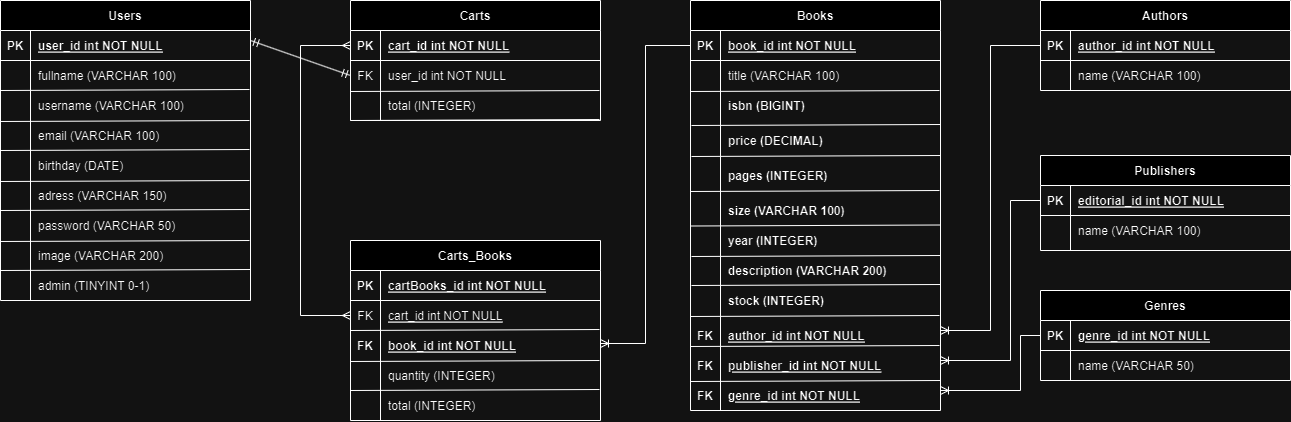
Before: Archivos Extras/Diagrama BD/diagrama BD_kakuy.png, a diagram exported from draw.io (DarioLopezDev/codigokakuy). Source tidied: cells renumbered, new cells last; positions are measured from the earlier drawing's top-left corner, leaving out a move shared by most shapes.
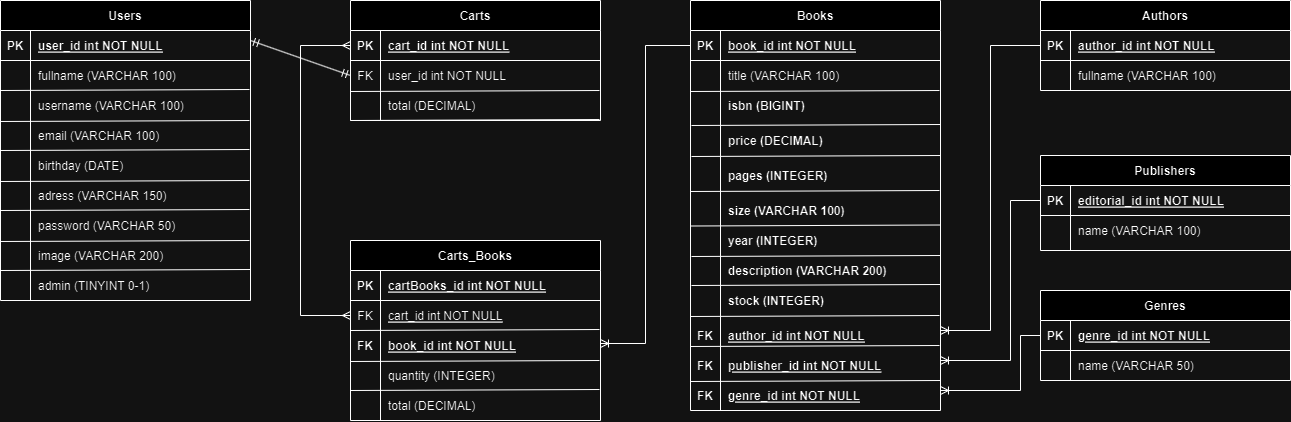
The same file after the commit.

What changed in the source:
```diff
@@ -101,7 +101,7 @@
     <mxCell id="34" style="shape=partialRectangle;overflow=hidden;fillColor=none;top=0;left=0;bottom=0;right=0;" parent="33" vertex="1">
       <mxGeometry width="30" height="30" as="geometry" />
     </mxCell>
-    <mxCell id="35" value="total (INTEGER)" style="shape=partialRectangle;overflow=hidden;fillColor=none;top=0;left=0;bottom=0;right=0;align=left;spacingLeft=6;" parent="33" vertex="1">
+    <mxCell id="35" value="total (DECIMAL)" style="shape=partialRectangle;overflow=hidden;fillColor=none;top=0;left=0;bottom=0;right=0;align=left;spacingLeft=6;" parent="33" vertex="1">
       <mxGeometry x="30" width="220" height="30" as="geometry" />
     </mxCell>
     <mxCell id="36" value="Authors" style="shape=table;startSize=30;rowLines=0;fontStyle=1;align=center;" parent="1" vertex="1">
@@ -122,7 +122,7 @@
     <mxCell id="41" style="shape=partialRectangle;overflow=hidden;fillColor=none;top=0;left=0;bottom=0;right=0;" parent="40" vertex="1">
       <mxGeometry width="30" height="30" as="geometry" />
     </mxCell>
-    <mxCell id="42" value="name (VARCHAR 100)" style="shape=partialRectangle;overflow=hidden;fillColor=none;top=0;left=0;bottom=0;right=0;align=left;spacingLeft=6;" parent="40" vertex="1">
+    <mxCell id="42" value="fullname (VARCHAR 100)" style="shape=partialRectangle;overflow=hidden;fillColor=none;top=0;left=0;bottom=0;right=0;align=left;spacingLeft=6;" parent="40" vertex="1">
       <mxGeometry x="30" width="220" height="30" as="geometry" />
     </mxCell>
     <mxCell id="43" value="isbn (BIGINT)" style="shape=partialRectangle;overflow=hidden;fillColor=none;top=0;left=0;bottom=0;right=0;align=left;spacingLeft=6;fontStyle=1;" parent="1" vertex="1">
@@ -449,7 +449,7 @@
     <mxCell id="107" value="FK" style="shape=partialRectangle;overflow=hidden;fillColor=none;top=0;left=0;bottom=0;right=0;fontStyle=1;" parent="1" vertex="1">
       <mxGeometry x="690" y="380" width="30" height="30" as="geometry" />
     </mxCell>
-    <mxCell id="108" value="total (INTEGER)" style="shape=partialRectangle;overflow=hidden;fillColor=none;top=0;left=0;bottom=0;right=0;align=left;spacingLeft=6;" parent="1" vertex="1">
+    <mxCell id="108" value="total (DECIMAL)" style="shape=partialRectangle;overflow=hidden;fillColor=none;top=0;left=0;bottom=0;right=0;align=left;spacingLeft=6;" parent="1" vertex="1">
       <mxGeometry x="380" y="390" width="220" height="30" as="geometry" />
     </mxCell>
     <mxCell id="109" value="quantity (INTEGER)" style="shape=partialRectangle;overflow=hidden;fillColor=none;top=0;left=0;bottom=0;right=0;align=left;spacingLeft=6;" parent="1" vertex="1">
```
